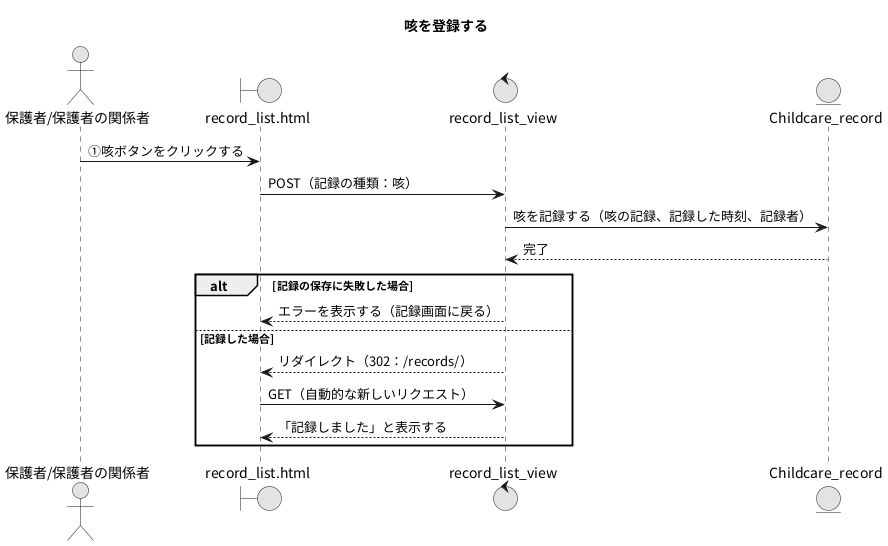
Ma2naga190330/26_sotugyou_puml keeps this PlantUML diagram as PNG/22_咳を登録する.png. Above is the earlier version. Source of this version:
```plantuml
@startuml
title 咳を登録する
skinparam defaultFontName "Noto Sans CJK JP"
skinparam monochrome true

actor "保護者/保護者の関係者" as A
boundary "record_list.html" as RLP
control "record_list_view" as RLV
entity "Childcare_record" as CRM

A -> RLP : ①咳ボタンをクリックする
RLP -> RLV : POST（記録の種類：咳）
RLV -> CRM : 咳を記録する（咳の記録、記録した時刻、記録者）
RLV <-- CRM : 完了
alt 記録の保存に失敗した場合
  RLV --> RLP : エラーを表示する（記録画面に戻る）
else 記録した場合
  RLV --> RLP : リダイレクト（302：/records/）
  RLP -> RLV : GET（自動的な新しいリクエスト）
  RLV --> RLP : 「記録しました」と表示する
end
@enduml
```
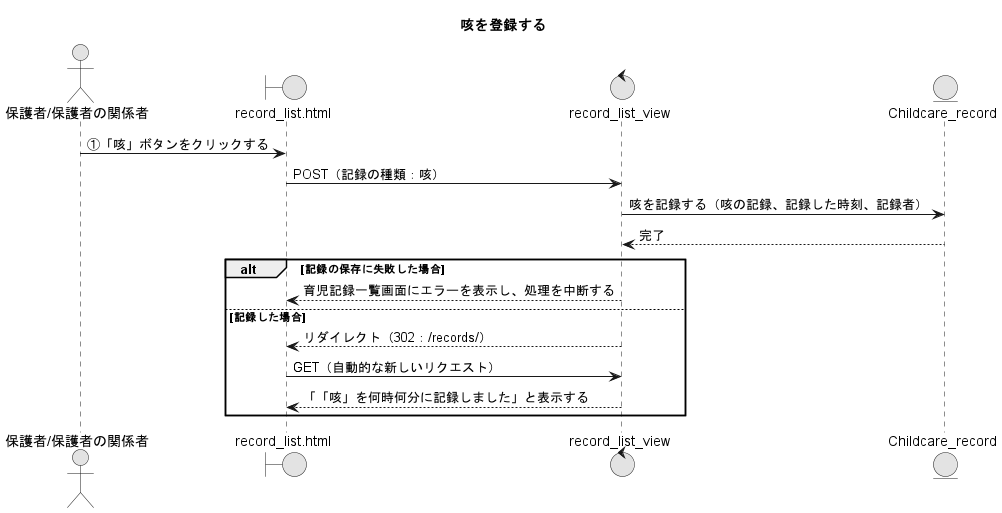
Later version of the same file.

Diff of the diagram source:
```diff
@@ -8,15 +8,15 @@
 control "record_list_view" as RLV
 entity "Childcare_record" as CRM
 
-A -> RLP : ①咳ボタンをクリックする
+A -> RLP : ①「咳」ボタンをクリックする
 RLP -> RLV : POST（記録の種類：咳）
 RLV -> CRM : 咳を記録する（咳の記録、記録した時刻、記録者）
 RLV <-- CRM : 完了
 alt 記録の保存に失敗した場合
-  RLV --> RLP : エラーを表示する（記録画面に戻る）
+  RLV --> RLP : 育児記録一覧画面にエラーを表示し、処理を中断する
 else 記録した場合
   RLV --> RLP : リダイレクト（302：/records/）
   RLP -> RLV : GET（自動的な新しいリクエスト）
-  RLV --> RLP : 「記録しました」と表示する
+  RLV --> RLP : 「「咳」を何時何分に記録しました」と表示する
 end
 @enduml
```
